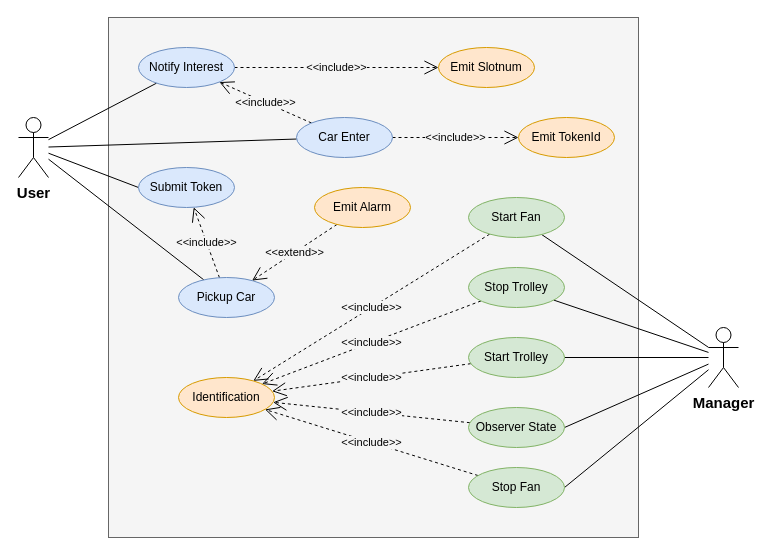
Earlier version of the draw.io diagram userDocs/drawio/useCase.drawio (LM-96/ParkManagerService). Source tidied: cells renumbered, new cells numbered last; positions are measured from the earlier drawing's top-left corner, leaving out a move shared by most shapes. Both pictures are drawn from the tidied source at 100%, with x=0, y=0 at pixel (18, 17).
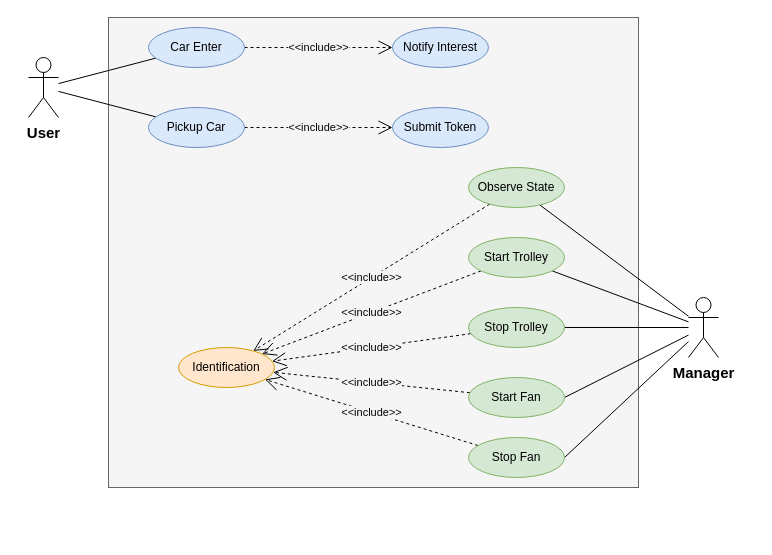
The same page after the edit.

Commit message (it also covers changes not shown here):
Updated use cases

Diff of the diagram source:
```diff
@@
     <mxCell id="2" style="rounded=0;whiteSpace=wrap;html=1;fillColor=#f5f5f5;strokeColor=#666666;fontColor=#333333;" parent="1" vertex="1">
-      <mxGeometry x="90" width="530" height="520" as="geometry" />
+      <mxGeometry x="90" width="530" height="470" as="geometry" />
     </mxCell>
-    <mxCell id="3" style="rounded=0;jettySize=auto;html=1;endArrow=none;endFill=0;" parent="1" edge="1" source="7" target="15">
-      <mxGeometry relative="1" as="geometry" />
-    </mxCell>
@@
-    <mxCell id="5" style="edgeStyle=none;rounded=0;jettySize=auto;html=1;entryX=0;entryY=0.5;entryDx=0;entryDy=0;endArrow=none;endFill=0;" parent="1" edge="1" source="7" target="19">
-      <mxGeometry relative="1" as="geometry" />
-    </mxCell>
@@
     <mxCell id="7" value="&lt;b&gt;&lt;font style=&quot;font-size: 15px&quot;&gt;User&lt;/font&gt;&lt;/b&gt;" style="shape=umlActor;verticalLabelPosition=bottom;verticalAlign=top;html=1;" parent="1" vertex="1">
-      <mxGeometry y="100" width="30" height="60" as="geometry" />
+      <mxGeometry x="10" y="40" width="30" height="60" as="geometry" />
     </mxCell>
@@
     <mxCell id="13" value="&lt;font style=&quot;font-size: 15px&quot;&gt;&lt;b&gt;Manager&lt;/b&gt;&lt;/font&gt;" style="shape=umlActor;verticalLabelPosition=bottom;verticalAlign=top;html=1;" parent="1" vertex="1">
-      <mxGeometry x="690" y="310" width="30" height="60" as="geometry" />
+      <mxGeometry x="670" y="280" width="30" height="60" as="geometry" />
     </mxCell>
-    <mxCell id="14" value="&amp;lt;&amp;lt;include&amp;gt;&amp;gt;" style="edgeStyle=none;rounded=0;jettySize=auto;html=1;dashed=1;labelBackgroundColor=#F5F5F5;endArrow=open;endFill=0;endSize=12;" parent="1" edge="1" source="15" target="33">
-      <mxGeometry relative="1" as="geometry" />
-    </mxCell>
     <mxCell id="15" value="Notify Interest" style="ellipse;whiteSpace=wrap;html=1;fillColor=#dae8fc;strokeColor=#6c8ebf;" parent="1" vertex="1">
-      <mxGeometry x="120" y="30" width="96" height="40" as="geometry" />
+      <mxGeometry x="374" y="10" width="96" height="40" as="geometry" />
     </mxCell>
@@
-    <mxCell id="17" value="&amp;lt;&amp;lt;include&amp;gt;&amp;gt;" style="edgeStyle=none;rounded=0;jettySize=auto;html=1;dashed=1;labelBackgroundColor=#F5F5F5;endArrow=open;endFill=0;endSize=12;" parent="1" edge="1" source="18" target="34">
-      <mxGeometry relative="1" as="geometry" />
-    </mxCell>
     <mxCell id="18" value="Car Enter" style="ellipse;whiteSpace=wrap;html=1;fillColor=#dae8fc;strokeColor=#6c8ebf;" parent="1" vertex="1">
-      <mxGeometry x="278" y="100" width="96" height="40" as="geometry" />
+      <mxGeometry x="130" y="10" width="96" height="40" as="geometry" />
     </mxCell>
     <mxCell id="19" value="Submit Token" style="ellipse;whiteSpace=wrap;html=1;fillColor=#dae8fc;strokeColor=#6c8ebf;" parent="1" vertex="1">
-      <mxGeometry x="120" y="150" width="96" height="40" as="geometry" />
+      <mxGeometry x="374" y="90" width="96" height="40" as="geometry" />
     </mxCell>
@@
     <mxCell id="21" value="Pickup Car" style="ellipse;whiteSpace=wrap;html=1;fillColor=#dae8fc;strokeColor=#6c8ebf;" parent="1" vertex="1">
-      <mxGeometry x="160" y="260" width="96" height="40" as="geometry" />
+      <mxGeometry x="130" y="90" width="96" height="40" as="geometry" />
     </mxCell>
@@
-    <mxCell id="23" value="Observer State" style="ellipse;whiteSpace=wrap;html=1;fillColor=#d5e8d4;strokeColor=#82b366;" parent="1" vertex="1">
-      <mxGeometry x="450" y="390" width="96" height="40" as="geometry" />
+    <mxCell id="23" value="Start Fan" style="ellipse;whiteSpace=wrap;html=1;fillColor=#d5e8d4;strokeColor=#82b366;" parent="1" vertex="1">
+      <mxGeometry x="450" y="360" width="96" height="40" as="geometry" />
     </mxCell>
@@
-    <mxCell id="25" value="Stop Trolley" style="ellipse;whiteSpace=wrap;html=1;fillColor=#d5e8d4;strokeColor=#82b366;" parent="1" vertex="1">
-      <mxGeometry x="450" y="250" width="96" height="40" as="geometry" />
+    <mxCell id="25" value="Start Trolley" style="ellipse;whiteSpace=wrap;html=1;fillColor=#d5e8d4;strokeColor=#82b366;" parent="1" vertex="1">
+      <mxGeometry x="450" y="220" width="96" height="40" as="geometry" />
     </mxCell>
@@
-    <mxCell id="27" value="Start Trolley" style="ellipse;whiteSpace=wrap;html=1;fillColor=#d5e8d4;strokeColor=#82b366;" parent="1" vertex="1">
-      <mxGeometry x="450" y="320" width="96" height="40" as="geometry" />
+    <mxCell id="27" value="Stop Trolley" style="ellipse;whiteSpace=wrap;html=1;fillColor=#d5e8d4;strokeColor=#82b366;" parent="1" vertex="1">
+      <mxGeometry x="450" y="290" width="96" height="40" as="geometry" />
     </mxCell>
@@
-    <mxCell id="29" value="Start Fan" style="ellipse;whiteSpace=wrap;html=1;fillColor=#d5e8d4;strokeColor=#82b366;" parent="1" vertex="1">
-      <mxGeometry x="450" y="180" width="96" height="40" as="geometry" />
+    <mxCell id="29" value="Observe State" style="ellipse;whiteSpace=wrap;html=1;fillColor=#d5e8d4;strokeColor=#82b366;" parent="1" vertex="1">
+      <mxGeometry x="450" y="150" width="96" height="40" as="geometry" />
     </mxCell>
@@
     <mxCell id="31" value="Stop Fan" style="ellipse;whiteSpace=wrap;html=1;fillColor=#d5e8d4;strokeColor=#82b366;" parent="1" vertex="1">
-      <mxGeometry x="450" y="450" width="96" height="40" as="geometry" />
+      <mxGeometry x="450" y="420" width="96" height="40" as="geometry" />
     </mxCell>
     <mxCell id="32" value="Identification" style="ellipse;whiteSpace=wrap;html=1;fillColor=#ffe6cc;strokeColor=#d79b00;" parent="1" vertex="1">
-      <mxGeometry x="160" y="360" width="96" height="40" as="geometry" />
+      <mxGeometry x="160" y="330" width="96" height="40" as="geometry" />
     </mxCell>
-    <mxCell id="33" value="Emit Slotnum" style="ellipse;whiteSpace=wrap;html=1;fillColor=#ffe6cc;strokeColor=#d79b00;" parent="1" vertex="1">
-      <mxGeometry x="420" y="30" width="96" height="40" as="geometry" />
-    </mxCell>
-    <mxCell id="34" value="Emit TokenId" style="ellipse;whiteSpace=wrap;html=1;fillColor=#ffe6cc;strokeColor=#d79b00;" parent="1" vertex="1">
-      <mxGeometry x="500" y="100" width="96" height="40" as="geometry" />
-    </mxCell>
-    <mxCell id="35" value="&amp;lt;&amp;lt;extend&amp;gt;&amp;gt;" style="edgeStyle=none;rounded=0;jettySize=auto;html=1;dashed=1;labelBackgroundColor=#F5F5F5;endArrow=open;endFill=0;endSize=12;" parent="1" edge="1" source="36" target="21">
-      <mxGeometry relative="1" as="geometry" />
-    </mxCell>
-    <mxCell id="36" value="Emit Alarm" style="ellipse;whiteSpace=wrap;html=1;fillColor=#ffe6cc;strokeColor=#d79b00;" parent="1" vertex="1">
-      <mxGeometry x="296" y="170" width="96" height="40" as="geometry" />
-    </mxCell>
```
